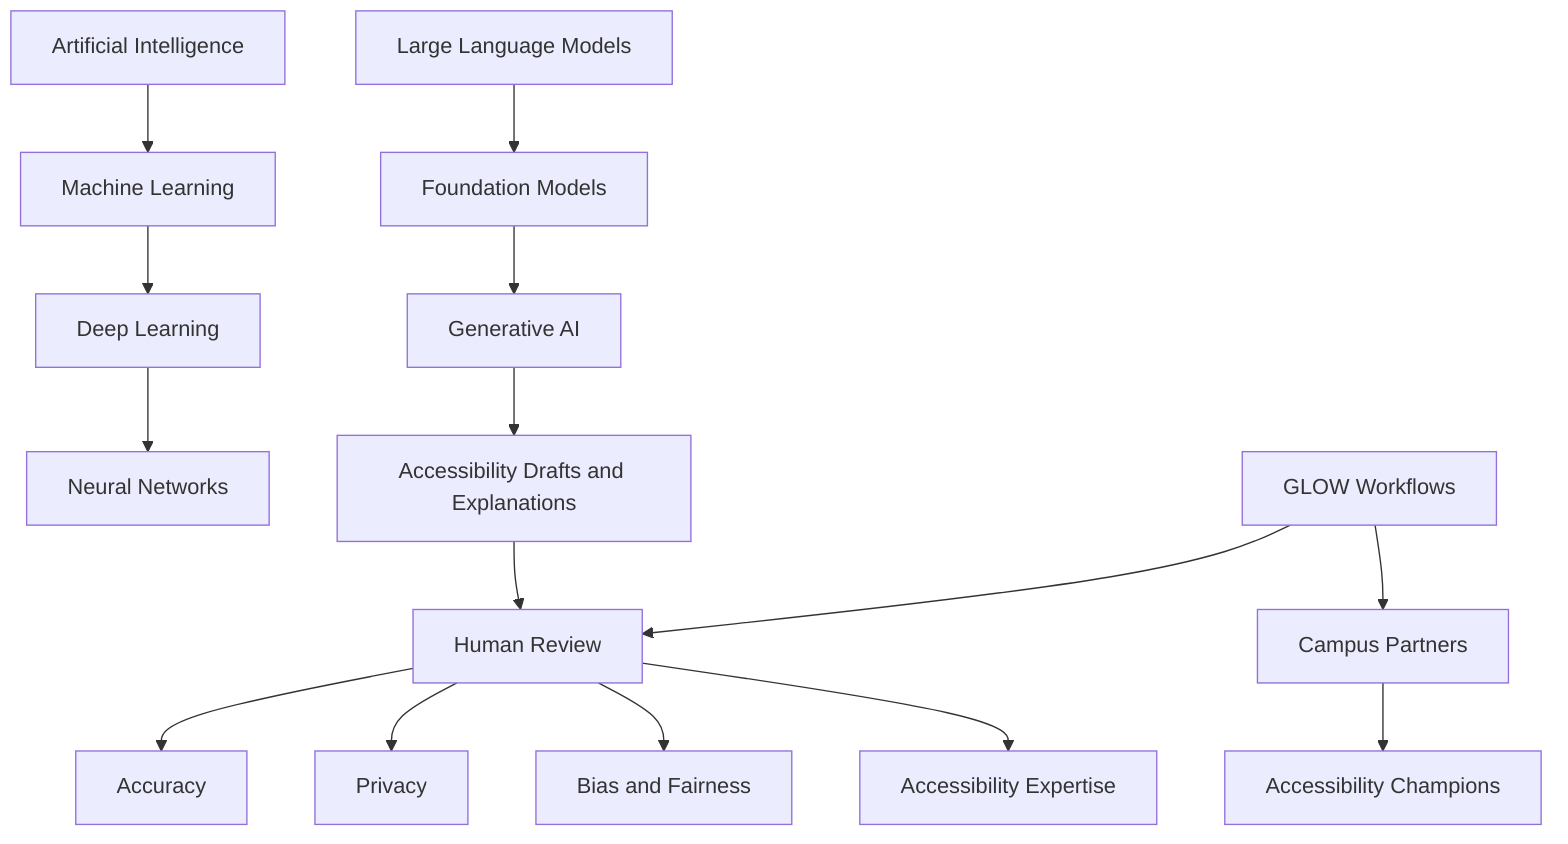
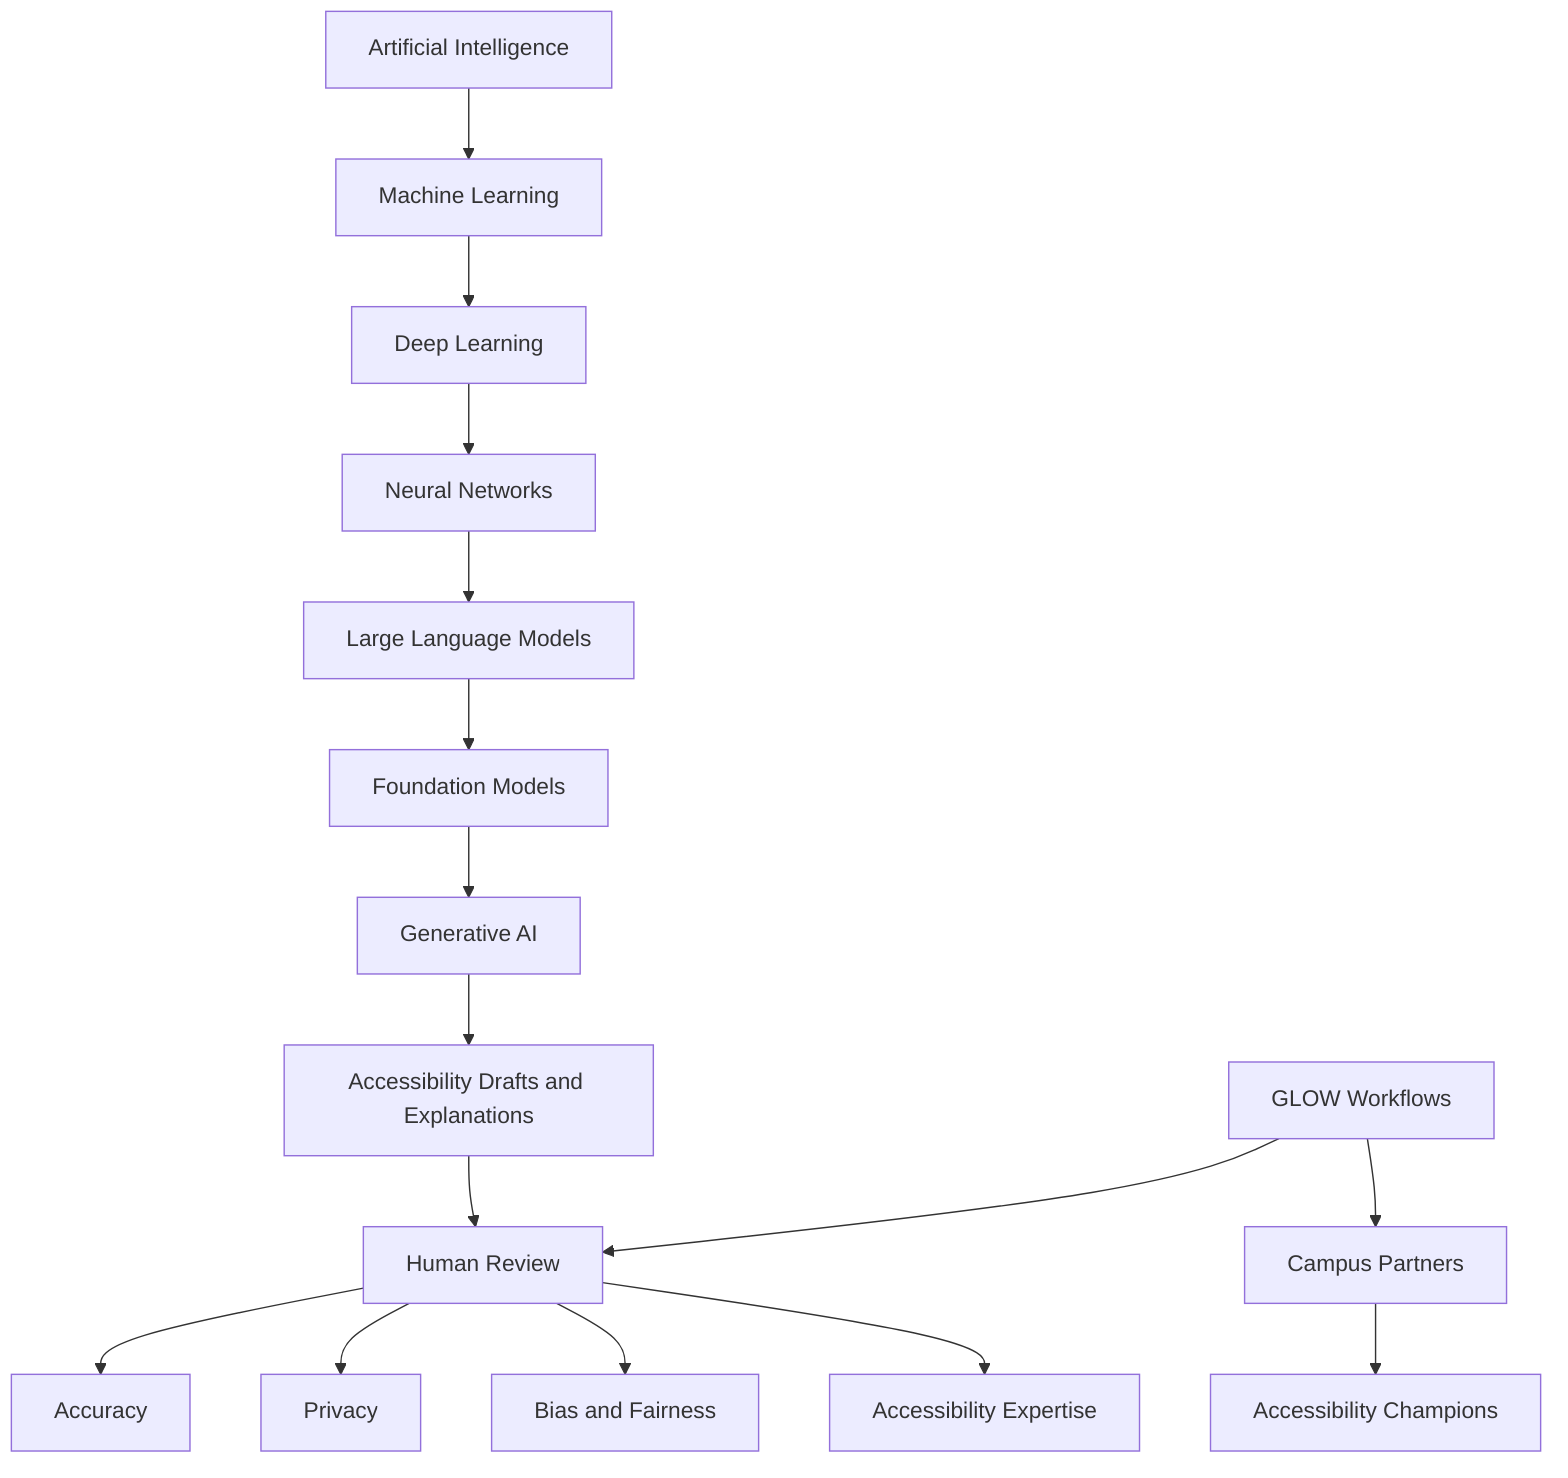
flowchart TD
+     accTitle: AI to accessibility champion concept map
+     accDescr {
+         A concept map for Module 1. A single technical spine runs from
+         Artificial Intelligence to Machine Learning to Deep Learning to
+         Neural Networks to Large Language Models to Foundation Models to
+         Generative AI. Generative AI produces accessibility drafts and
+         explanations, which always pass through Human Review. Human Review
+         branches into Accuracy, Privacy, Bias and Fairness, and Accessibility
+         Expertise. GLOW workflows feed into Human Review and reach Campus
+         Partners, who go on to become Accessibility Champions. The center of
+         the map is human-centered accessibility capacity building, not the AI
+         model.
+     }
    AI[Artificial Intelligence] --> ML[Machine Learning]
    ML --> DL[Deep Learning]
    DL --> NN[Neural Networks]
-     LLM[Large Language Models] --> FM[Foundation Models]
+     NN --> LLM[Large Language Models]
+     LLM --> FM[Foundation Models]
    FM --> GenAI[Generative AI]
    GenAI --> Drafts[Accessibility Drafts and Explanations]
    Drafts --> HumanReview[Human Review]
    HumanReview --> Accuracy[Accuracy]
    HumanReview --> Privacy[Privacy]
    HumanReview --> Bias[Bias and Fairness]
    HumanReview --> Access[Accessibility Expertise]
    GLOW[GLOW Workflows] --> HumanReview
    GLOW --> Partners[Campus Partners]
    Partners --> Champions[Accessibility Champions]
